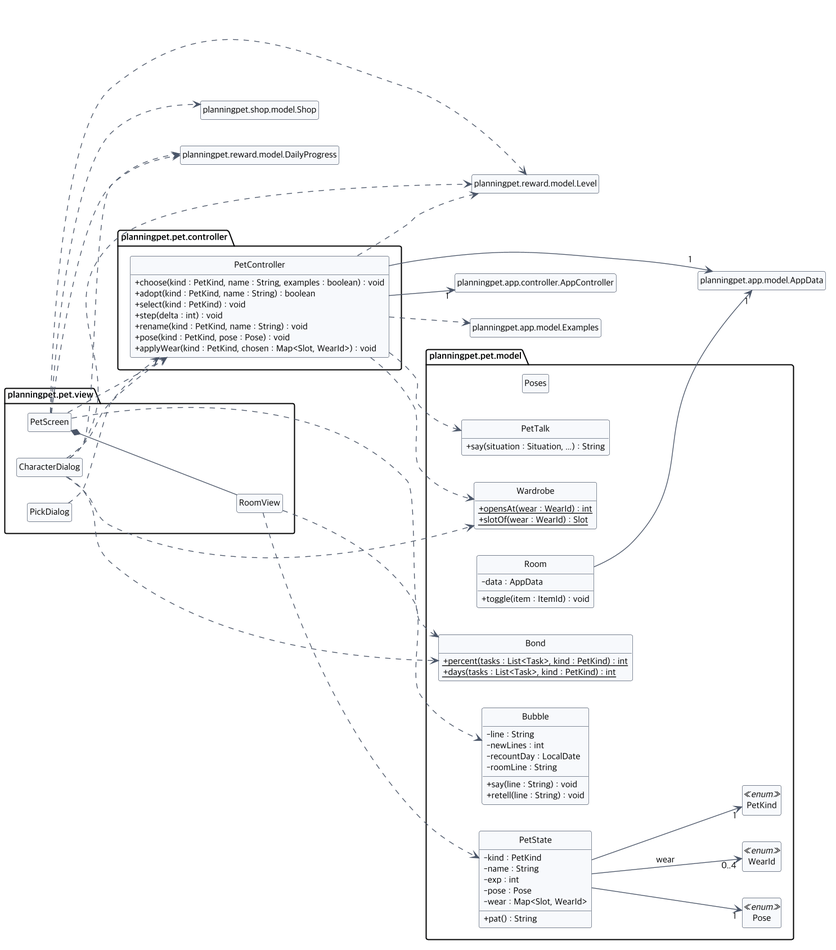
Earlier version of the PlantUML export docs/diagrams/class-pet.png (2026-2-software-system-design-11/planning-pet-app).
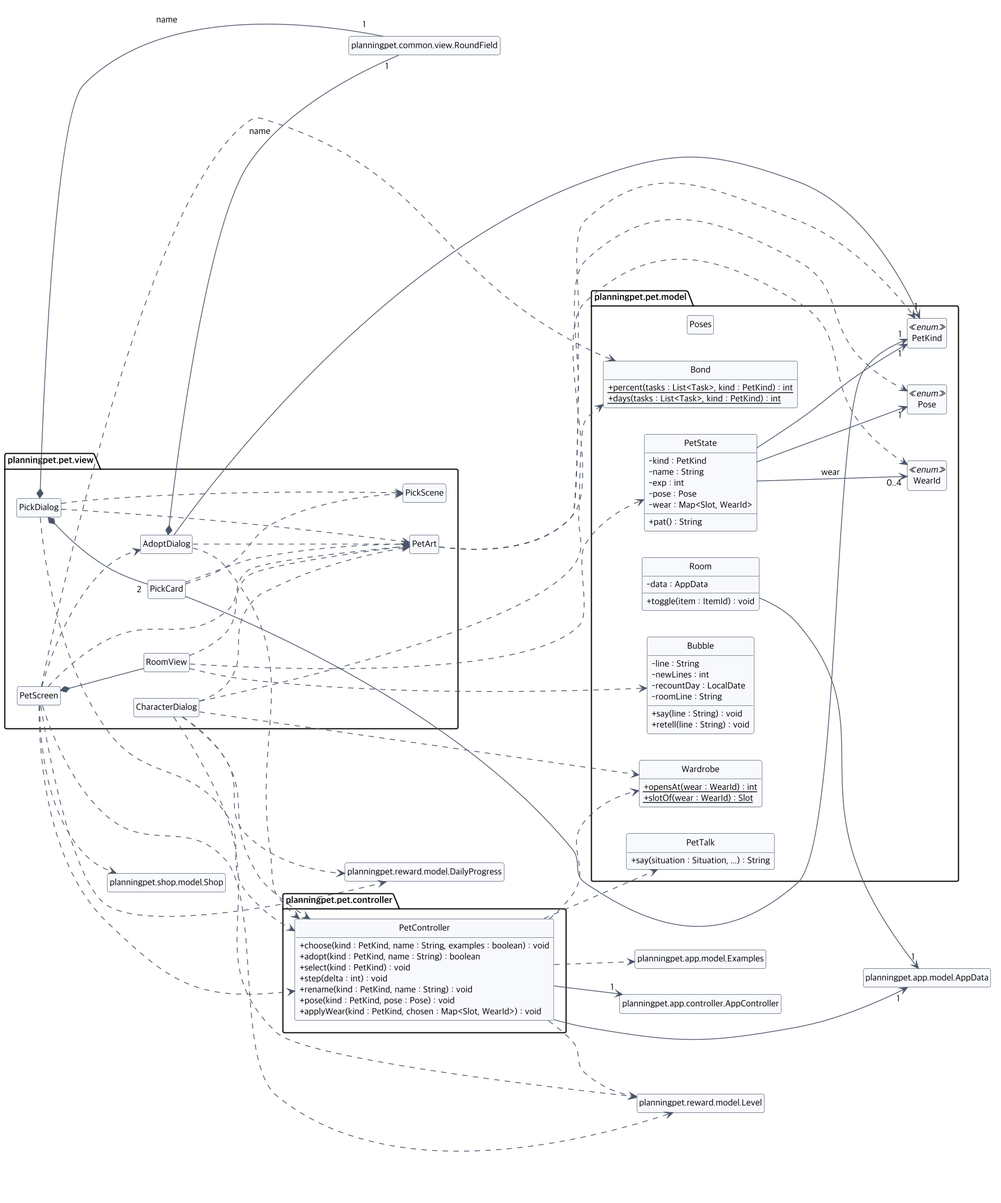
After the commit.

What changed in the source:
```diff
@@ -6,6 +6,10 @@
   class RoomView
   class CharacterDialog
   class PickDialog
+  class PickCard
+  class PickScene
+  class AdoptDialog
+  class PetArt
 }
 package planningpet.pet.controller {
   class PetController {
@@ -59,6 +63,24 @@
 PetScreen ..> PetController
 CharacterDialog ..> PetController
 PickDialog ..> PetController
+PickDialog *-- "2" PickCard
+PickDialog *-- "1" planningpet.common.view.RoundField : name
+PickDialog ..> PickScene
+PickDialog ..> PetArt
+PickCard ..> PickScene
+PickCard ..> PetArt
+PickCard --> "1" PetKind
+PetScreen ..> AdoptDialog
+AdoptDialog *-- "1" planningpet.common.view.RoundField : name
+AdoptDialog --> "1" PetKind
+AdoptDialog ..> PetController
+AdoptDialog ..> PetArt
+PetScreen ..> PetArt
+RoomView ..> PetArt
+CharacterDialog ..> PetArt
+PetArt ..> PetKind
+PetArt ..> Pose
+PetArt ..> WearId
 RoomView ..> Bubble
 RoomView ..> PetState
 PetScreen ..> Bond
```
